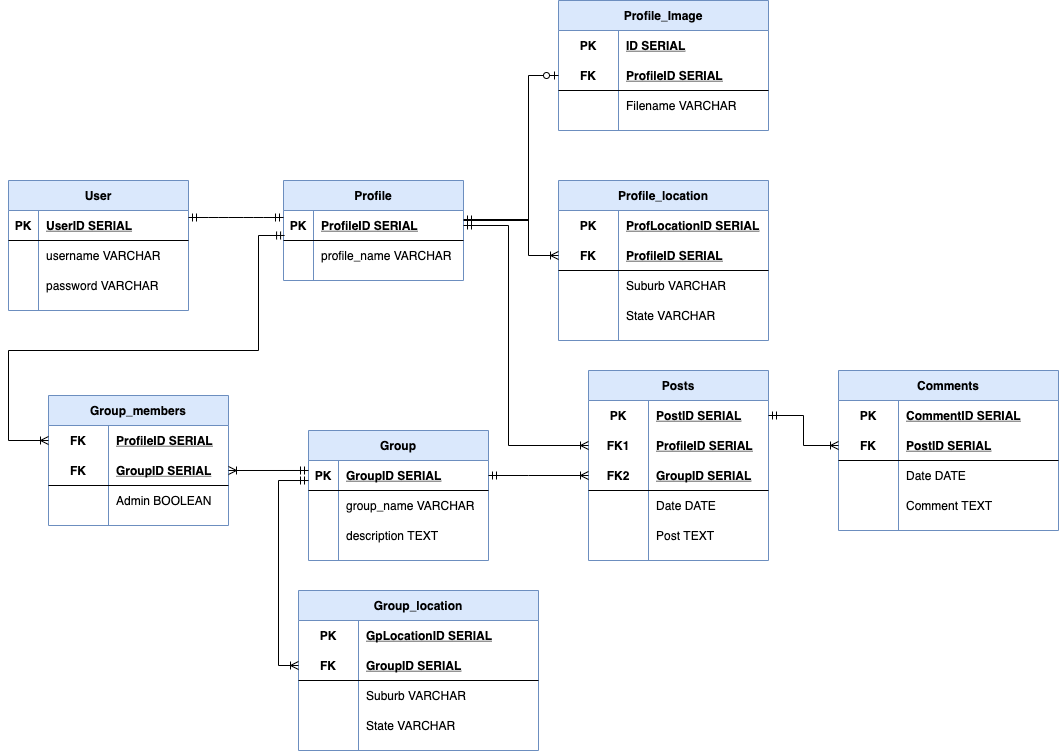
Before: docs/ERD.png, a diagram exported from draw.io (ashley190/T4A2-deployment-exercise). Source tidied: cells renumbered, new cells last; positions are measured from the earlier drawing's top-left corner, leaving out a move shared by most shapes.
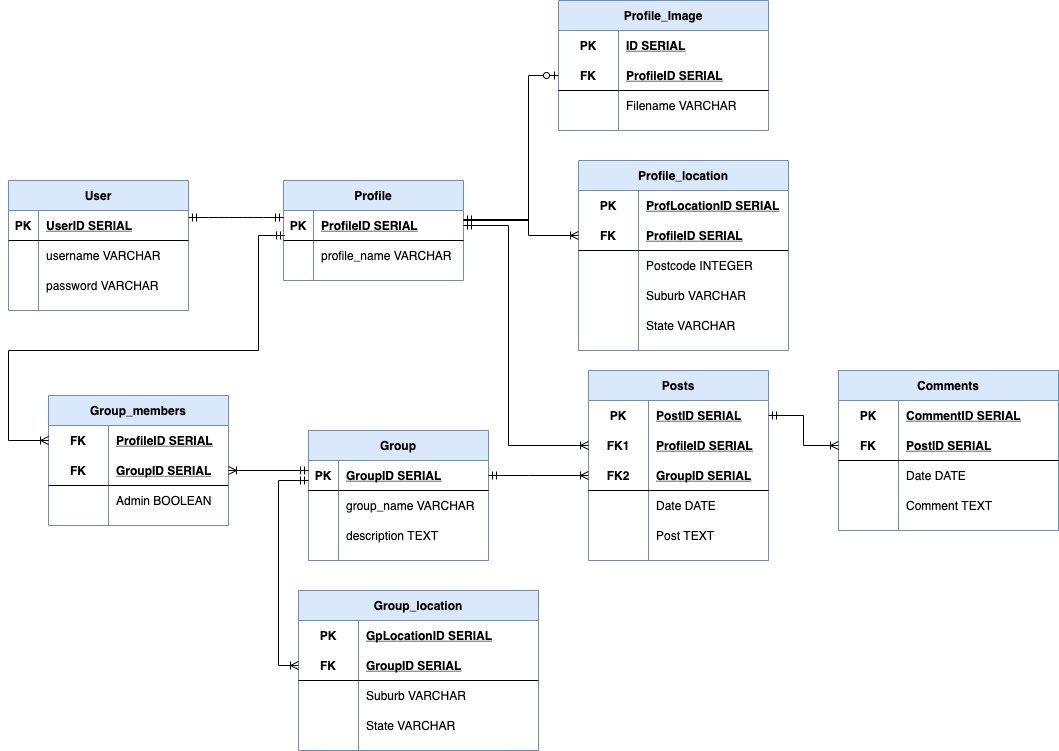
Later version of the same file.

Commit message:
updated ERD to reflect updated fields in location table

Diff of the diagram source:
```diff
@@ -54,7 +54,7 @@
       <mxGeometry x="30" width="150" height="30" as="geometry" />
     </mxCell>
     <mxCell id="19" value="Profile_location" style="shape=table;startSize=30;rowLines=0;fontStyle=1;align=center;fillColor=#dae8fc;strokeColor=#6c8ebf;" parent="1" vertex="1">
-      <mxGeometry x="550" y="180" width="210" height="160" as="geometry" />
+      <mxGeometry x="570" y="160" width="210" height="190" as="geometry" />
     </mxCell>
     <mxCell id="20" style="shape=partialRectangle;fillColor=none;top=0;left=0;bottom=0;right=0;" parent="19" vertex="1">
       <mxGeometry y="30" width="210" height="30" as="geometry" />
@@ -80,7 +80,7 @@
     <mxCell id="27" style="shape=partialRectangle;fillColor=none;top=0;left=0;bottom=0;right=0;overflow=hidden;" parent="26" vertex="1">
       <mxGeometry width="60" height="30" as="geometry" />
     </mxCell>
-    <mxCell id="28" value="Suburb VARCHAR" style="shape=partialRectangle;fillColor=none;top=0;left=0;bottom=0;right=0;align=left;spacingLeft=6;overflow=hidden;" parent="26" vertex="1">
+    <mxCell id="28" value="Postcode INTEGER" style="shape=partialRectangle;fillColor=none;top=0;left=0;bottom=0;right=0;align=left;spacingLeft=6;overflow=hidden;" parent="26" vertex="1">
       <mxGeometry x="60" width="150" height="30" as="geometry" />
     </mxCell>
     <mxCell id="29" style="shape=partialRectangle;fillColor=none;top=0;left=0;bottom=0;right=0;" parent="19" vertex="1">
@@ -89,9 +89,18 @@
     <mxCell id="30" style="shape=partialRectangle;fillColor=none;top=0;left=0;bottom=0;right=0;overflow=hidden;" parent="29" vertex="1">
       <mxGeometry width="60" height="30" as="geometry" />
     </mxCell>
-    <mxCell id="31" value="State VARCHAR" style="shape=partialRectangle;fillColor=none;top=0;left=0;bottom=0;right=0;align=left;spacingLeft=6;overflow=hidden;" parent="29" vertex="1">
+    <mxCell id="31" value="Suburb VARCHAR" style="shape=partialRectangle;fillColor=none;top=0;left=0;bottom=0;right=0;align=left;spacingLeft=6;overflow=hidden;" parent="29" vertex="1">
       <mxGeometry x="60" width="150" height="30" as="geometry" />
     </mxCell>
+    <mxCell id="113" style="shape=partialRectangle;fillColor=none;top=0;left=0;bottom=0;right=0;" parent="19" vertex="1">
+      <mxGeometry y="150" width="210" height="30" as="geometry" />
+    </mxCell>
+    <mxCell id="114" style="shape=partialRectangle;fillColor=none;top=0;left=0;bottom=0;right=0;overflow=hidden;" parent="113" vertex="1">
+      <mxGeometry width="60" height="30" as="geometry" />
+    </mxCell>
+    <mxCell id="115" value="State VARCHAR" style="shape=partialRectangle;fillColor=none;top=0;left=0;bottom=0;right=0;align=left;spacingLeft=6;overflow=hidden;" parent="113" vertex="1">
+      <mxGeometry x="60" width="150" height="30" as="geometry" />
+    </mxCell>
     <mxCell id="32" style="edgeStyle=entityRelationEdgeStyle;fontSize=12;html=1;endArrow=ERmandOne;exitX=1;exitY=0.5;exitDx=0;exitDy=0;entryX=0;entryY=0.5;entryDx=0;entryDy=0;startArrow=ERmandOne;startFill=0;" parent="1" edge="1">
       <mxGeometry relative="1" as="geometry">
         <mxPoint x="180" y="217" as="sourcePoint" />
@@ -102,7 +111,7 @@
       <mxGeometry relative="1" as="geometry">
         <Array as="points">
           <mxPoint x="520" y="219" />
-          <mxPoint x="520" y="255" />
+          <mxPoint x="520" y="235" />
         </Array>
       </mxGeometry>
     </mxCell>
```
